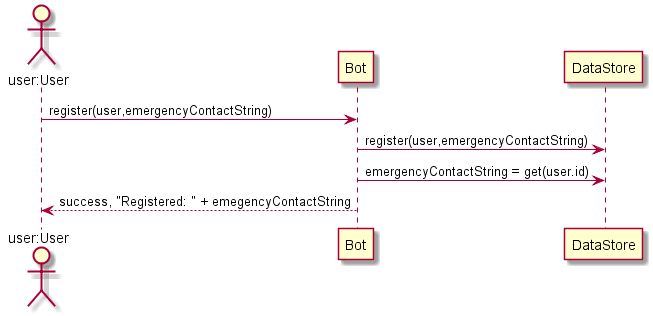
Above: dynamic_register.png in surgeforward/911bot (PlantUML), before the change.
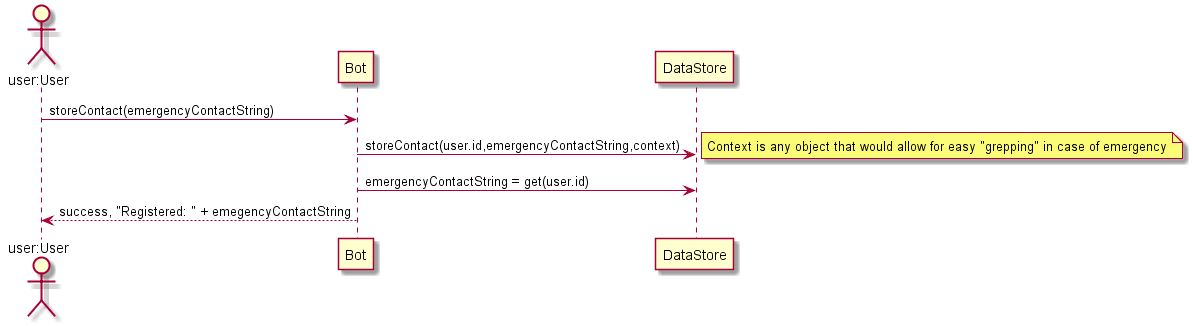
The same diagram one commit later.

Change to the diagram source:
```diff
@@ -1,8 +1,9 @@
 @startuml
 
 actor "user:User" as User
-User -> Bot: register(user,emergencyContactString)
-Bot -> DataStore: register(user,emergencyContactString)
+User -> Bot: storeContact(emergencyContactString)
+Bot -> DataStore: storeContact(user.id,emergencyContactString,context)
+note right: Context is any object that would allow for easy "grepping" in case of emergency
 Bot -> DataStore: emergencyContactString = get(user.id)
 Bot --> User: success, "Registered: " + emegencyContactString
 @enduml
```
